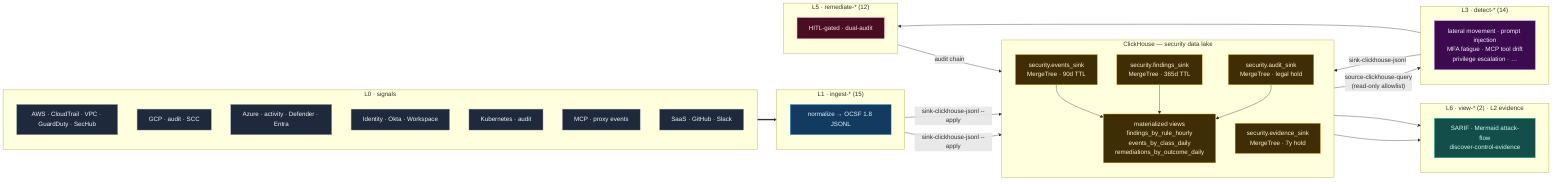
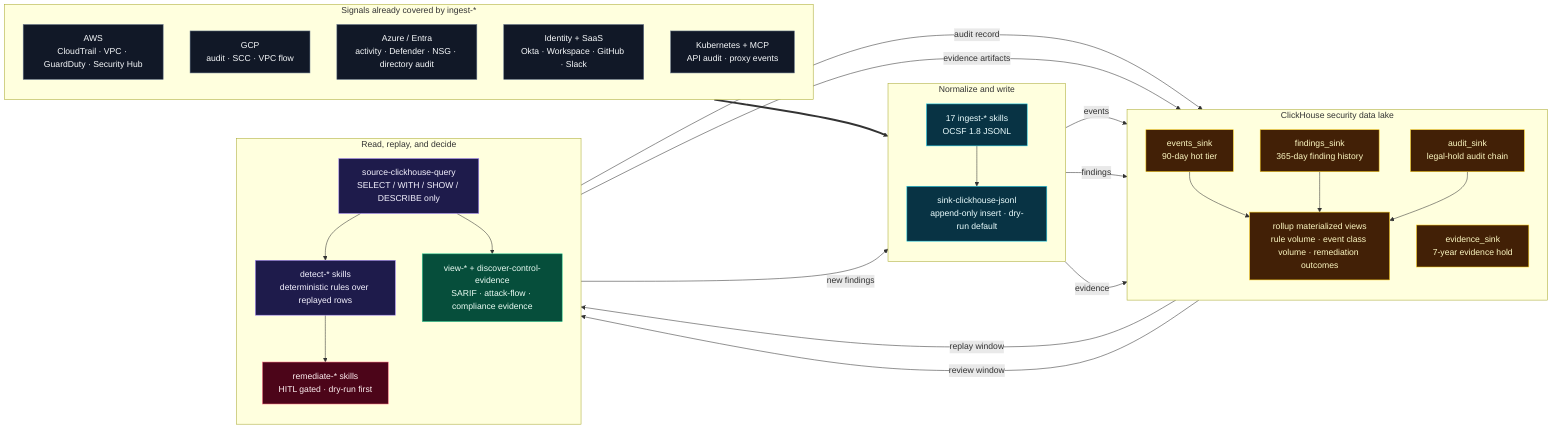
- %% ClickHouse security data lake — closed-loop flow.
+ %% ClickHouse security data lake — closed-loop lanes.
%% Hero-narrative companion to docs/CLICKHOUSE_DATA_LAKE.md.
%% Render with `mmdc -i clickhouse-data-lake.mmd -o clickhouse-data-lake.svg`.

flowchart LR
-     classDef signal       fill:#1e293b,stroke:#94a3b8,color:#f1f5f9
-     classDef l1ingest     fill:#123b5f,stroke:#38bdf8,color:#e0f2fe
-     classDef lake         fill:#3f2d05,stroke:#fbbf24,color:#fef3c7
-     classDef l3detect     fill:#3b0a4f,stroke:#c084fc,color:#f5f3ff
-     classDef view         fill:#134e4a,stroke:#2dd4bf,color:#ccfbf1
-     classDef remediate    fill:#4a0e23,stroke:#f472b6,color:#ffe4e6
+     classDef signal    fill:#111827,stroke:#64748b,color:#f8fafc
+     classDef transform fill:#083344,stroke:#22d3ee,color:#ecfeff
+     classDef lake      fill:#422006,stroke:#facc15,color:#fef9c3
+     classDef query     fill:#1e1b4b,stroke:#a78bfa,color:#f5f3ff
+     classDef output    fill:#064e3b,stroke:#34d399,color:#ecfdf5
+     classDef audit     fill:#4c0519,stroke:#fb7185,color:#fff1f2

-     subgraph SIG["L0 · signals"]
+     subgraph SIG["Signals already covered by ingest-*"]
      direction TB
-       AWS["AWS · CloudTrail · VPC · GuardDuty · SecHub"]:::signal
-       GCP["GCP · audit · SCC"]:::signal
-       AZ["Azure · activity · Defender · Entra"]:::signal
-       IDP["Identity · Okta · Workspace"]:::signal
-       KSP["Kubernetes · audit"]:::signal
-       MCP["MCP · proxy events"]:::signal
-       SAAS["SaaS · GitHub · Slack"]:::signal
+       AWS["AWS<br/>CloudTrail · VPC · GuardDuty · Security Hub"]:::signal
+       GCP["GCP<br/>audit · SCC · VPC flow"]:::signal
+       AZ["Azure / Entra<br/>activity · Defender · NSG · directory audit"]:::signal
+       IDP["Identity + SaaS<br/>Okta · Workspace · GitHub · Slack"]:::signal
+       KSP["Kubernetes + MCP<br/>API audit · proxy events"]:::signal
    end

-     subgraph L1["L1 · ingest-* (15)"]
+     subgraph L1["Normalize and write"]
      direction TB
-       ING["normalize → OCSF 1.8 JSONL"]:::l1ingest
+       ING["17 ingest-* skills<br/>OCSF 1.8 JSONL"]:::transform
+       SINK["sink-clickhouse-jsonl<br/>append-only insert · dry-run default"]:::transform
    end

-     subgraph LAKE["ClickHouse — security data lake"]
+     subgraph LAKE["ClickHouse security data lake"]
      direction TB
-       ES["security.events_sink<br/>MergeTree · 90d TTL"]:::lake
-       FS["security.findings_sink<br/>MergeTree · 365d TTL"]:::lake
-       EV["security.evidence_sink<br/>MergeTree · 7y hold"]:::lake
-       AS["security.audit_sink<br/>MergeTree · legal hold"]:::lake
-       MV["materialized views<br/>findings_by_rule_hourly<br/>events_by_class_daily<br/>remediations_by_outcome_daily"]:::lake
+       HOT["events_sink<br/>90-day hot tier"]:::lake
+       FIND["findings_sink<br/>365-day finding history"]:::lake
+       EVID["evidence_sink<br/>7-year evidence hold"]:::lake
+       AUD["audit_sink<br/>legal-hold audit chain"]:::lake
+       MV["rollup materialized views<br/>rule volume · event class volume · remediation outcomes"]:::lake
    end

-     subgraph L3["L3 · detect-* (14)"]
+     subgraph REPLAY["Read, replay, and decide"]
      direction TB
-       DET["lateral movement · prompt injection<br/>MFA fatigue · MCP tool drift<br/>privilege escalation · …"]:::l3detect
-     end
- 
-     subgraph L6["L6 · view-* (2) · L2 evidence"]
-       direction TB
-       VIEW["SARIF · Mermaid attack-flow<br/>discover-control-evidence"]:::view
-     end
- 
-     subgraph L5["L5 · remediate-* (12)"]
-       direction TB
-       REM["HITL-gated · dual-audit"]:::remediate
+       SRC["source-clickhouse-query<br/>SELECT / WITH / SHOW / DESCRIBE only"]:::query
+       DET["detect-* skills<br/>deterministic rules over replayed rows"]:::query
+       VIEW["view-* + discover-control-evidence<br/>SARIF · attack-flow · compliance evidence"]:::output
+       REM["remediate-* skills<br/>HITL gated · dry-run first"]:::audit
    end

    SIG ==> ING
-     ING -- "sink-clickhouse-jsonl --apply" --> ES
-     ING -- "sink-clickhouse-jsonl --apply" --> FS
-     ES --> MV
-     FS --> MV
-     AS --> MV
-     ES -- "source-clickhouse-query<br/>(read-only allowlist)" --> DET
-     DET -- "sink-clickhouse-jsonl" --> FS
-     FS --> VIEW
-     EV --> VIEW
+     ING --> SINK
+     SINK -- "events" --> HOT
+     SINK -- "findings" --> FIND
+     SINK -- "evidence" --> EVID
+     HOT --> MV
+     FIND --> MV
+     AUD --> MV
+     HOT -- "replay window" --> SRC
+     FIND -- "review window" --> SRC
+     SRC --> DET
+     SRC --> VIEW
+     DET -- "new findings" --> SINK
    DET --> REM
-     REM -- "audit chain" --> AS
+     REM -- "audit record" --> AUD
+     VIEW -- "evidence artifacts" --> EVID
